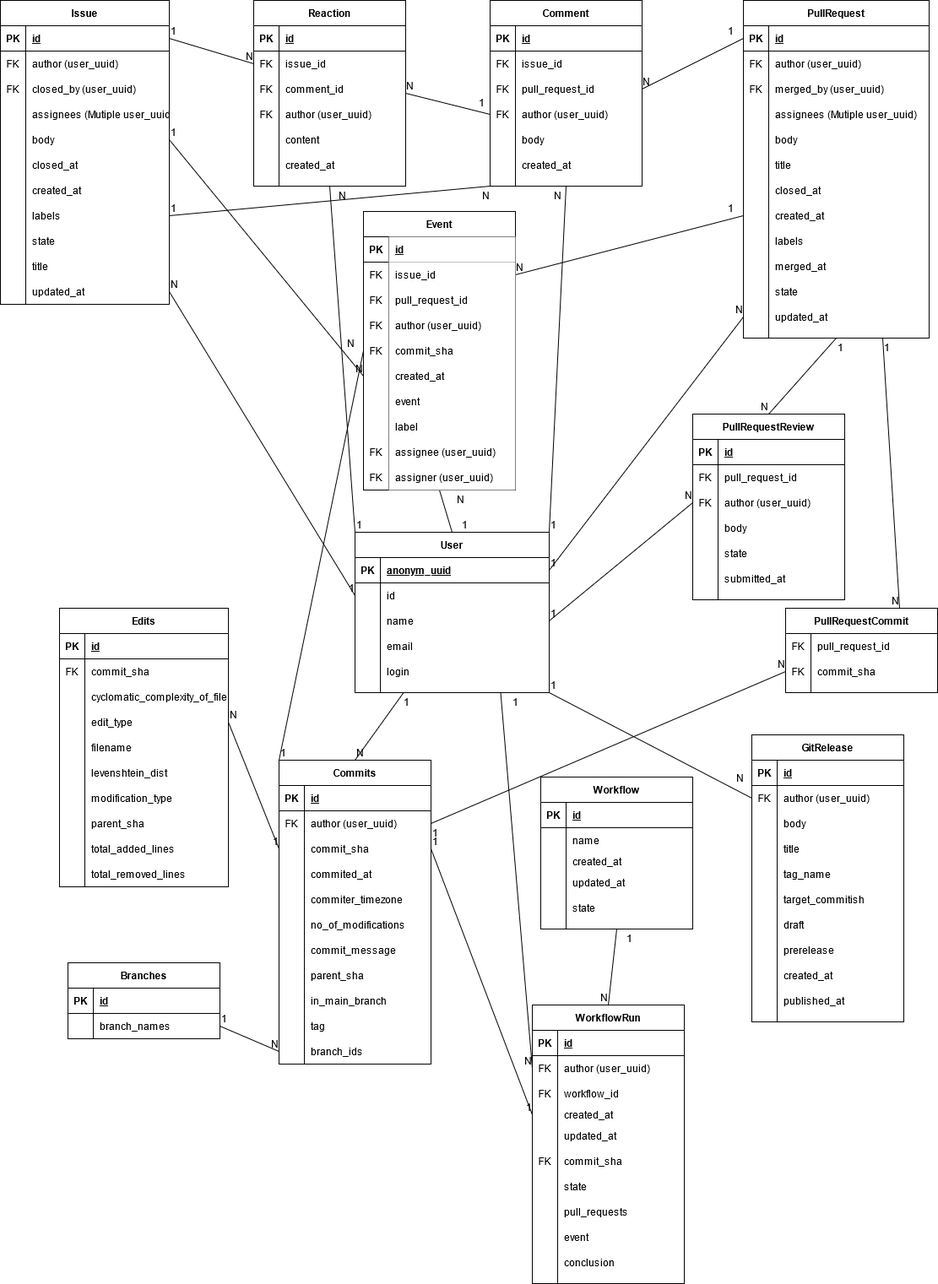
TUBAF-IFI-DiPiT/github2pandas keeps this draw.io diagram as docs/ER_diagram/ER_diagram.png. Above is the earlier version. Source tidied: cells renumbered, new cells last; positions are measured from the earlier drawing's top-left corner, leaving out a move shared by most shapes.
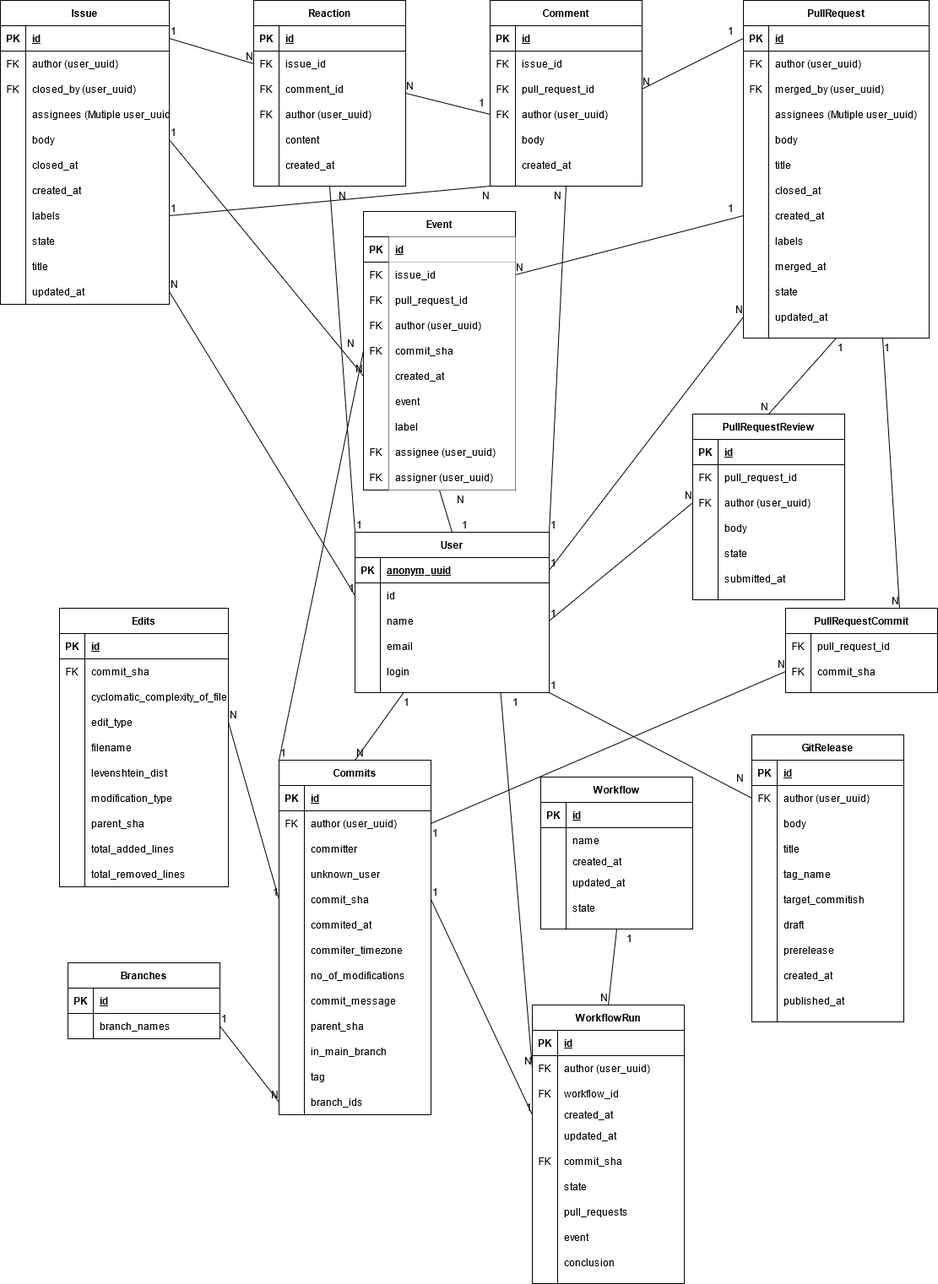
The same file after the commit.

Commit message:
resolve commit user problem (#53)

Diff of the diagram source:
```diff
@@ -660,7 +660,7 @@
       <mxGeometry x="30" width="150" height="30" as="geometry" />
     </mxCell>
     <mxCell id="213" value="Commits" style="shape=table;startSize=30;rowLines=0;fontStyle=1;align=center;" parent="1" vertex="1">
-      <mxGeometry x="330" y="900" width="180" height="360" as="geometry" />
+      <mxGeometry x="330" y="900" width="180" height="420" as="geometry" />
     </mxCell>
     <mxCell id="214" style="shape=partialRectangle;fillColor=none;top=0;left=0;bottom=1;right=0;" parent="213" vertex="1">
       <mxGeometry y="30" width="180" height="30" as="geometry" />
@@ -680,8 +680,26 @@
     <mxCell id="219" value="author  (user_uuid)" style="shape=partialRectangle;fillColor=none;top=0;left=0;bottom=0;right=0;align=left;spacingLeft=6;overflow=hidden;" parent="217" vertex="1">
       <mxGeometry x="30" width="150" height="30" as="geometry" />
     </mxCell>
+    <mxCell id="403" style="shape=partialRectangle;fillColor=none;top=0;left=0;bottom=0;right=0;" parent="213" vertex="1">
+      <mxGeometry y="90" width="180" height="30" as="geometry" />
+    </mxCell>
+    <mxCell id="404" style="shape=partialRectangle;fillColor=none;top=0;left=0;bottom=0;right=0;overflow=hidden;" parent="403" vertex="1">
+      <mxGeometry width="30" height="30" as="geometry" />
+    </mxCell>
+    <mxCell id="405" value="committer" style="shape=partialRectangle;fillColor=none;top=0;left=0;bottom=0;right=0;align=left;spacingLeft=6;overflow=hidden;" parent="403" vertex="1">
+      <mxGeometry x="30" width="150" height="30" as="geometry" />
+    </mxCell>
+    <mxCell id="406" style="shape=partialRectangle;fillColor=none;top=0;left=0;bottom=0;right=0;" parent="213" vertex="1">
+      <mxGeometry y="120" width="180" height="30" as="geometry" />
+    </mxCell>
+    <mxCell id="407" style="shape=partialRectangle;fillColor=none;top=0;left=0;bottom=0;right=0;overflow=hidden;" parent="406" vertex="1">
+      <mxGeometry width="30" height="30" as="geometry" />
+    </mxCell>
+    <mxCell id="408" value="unknown_user" style="shape=partialRectangle;fillColor=none;top=0;left=0;bottom=0;right=0;align=left;spacingLeft=6;overflow=hidden;" parent="406" vertex="1">
+      <mxGeometry x="30" width="150" height="30" as="geometry" />
+    </mxCell>
     <mxCell id="220" style="shape=partialRectangle;fillColor=none;top=0;left=0;bottom=0;right=0;points=[[0,0.5],[1,0.5]];portConstraint=eastwest;" parent="213" vertex="1">
-      <mxGeometry y="90" width="180" height="30" as="geometry" />
+      <mxGeometry y="150" width="180" height="30" as="geometry" />
     </mxCell>
     <mxCell id="221" style="shape=partialRectangle;fillColor=none;top=0;left=0;bottom=0;right=0;overflow=hidden;" parent="220" vertex="1">
       <mxGeometry width="30" height="30" as="geometry" />
@@ -690,7 +708,7 @@
       <mxGeometry x="30" width="150" height="30" as="geometry" />
     </mxCell>
     <mxCell id="223" style="shape=partialRectangle;fillColor=none;top=0;left=0;bottom=0;right=0;" parent="213" vertex="1">
-      <mxGeometry y="120" width="180" height="30" as="geometry" />
+      <mxGeometry y="180" width="180" height="30" as="geometry" />
     </mxCell>
     <mxCell id="224" style="shape=partialRectangle;fillColor=none;top=0;left=0;bottom=0;right=0;overflow=hidden;" parent="223" vertex="1">
       <mxGeometry width="30" height="30" as="geometry" />
@@ -699,7 +717,7 @@
       <mxGeometry x="30" width="150" height="30" as="geometry" />
     </mxCell>
     <mxCell id="226" style="shape=partialRectangle;fillColor=none;top=0;left=0;bottom=0;right=0;" parent="213" vertex="1">
-      <mxGeometry y="150" width="180" height="30" as="geometry" />
+      <mxGeometry y="210" width="180" height="30" as="geometry" />
     </mxCell>
     <mxCell id="227" style="shape=partialRectangle;fillColor=none;top=0;left=0;bottom=0;right=0;overflow=hidden;" parent="226" vertex="1">
       <mxGeometry width="30" height="30" as="geometry" />
@@ -708,7 +726,7 @@
       <mxGeometry x="30" width="150" height="30" as="geometry" />
     </mxCell>
     <mxCell id="229" style="shape=partialRectangle;fillColor=none;top=0;left=0;bottom=0;right=0;" parent="213" vertex="1">
-      <mxGeometry y="180" width="180" height="30" as="geometry" />
+      <mxGeometry y="240" width="180" height="30" as="geometry" />
     </mxCell>
     <mxCell id="230" style="shape=partialRectangle;fillColor=none;top=0;left=0;bottom=0;right=0;overflow=hidden;" parent="229" vertex="1">
       <mxGeometry width="30" height="30" as="geometry" />
@@ -717,7 +735,7 @@
       <mxGeometry x="30" width="150" height="30" as="geometry" />
     </mxCell>
     <mxCell id="232" style="shape=partialRectangle;fillColor=none;top=0;left=0;bottom=0;right=0;" parent="213" vertex="1">
-      <mxGeometry y="210" width="180" height="30" as="geometry" />
+      <mxGeometry y="270" width="180" height="30" as="geometry" />
     </mxCell>
     <mxCell id="233" style="shape=partialRectangle;fillColor=none;top=0;left=0;bottom=0;right=0;overflow=hidden;" parent="232" vertex="1">
       <mxGeometry width="30" height="30" as="geometry" />
@@ -726,7 +744,7 @@
       <mxGeometry x="30" width="150" height="30" as="geometry" />
     </mxCell>
     <mxCell id="235" style="shape=partialRectangle;fillColor=none;top=0;left=0;bottom=0;right=0;" parent="213" vertex="1">
-      <mxGeometry y="240" width="180" height="30" as="geometry" />
+      <mxGeometry y="300" width="180" height="30" as="geometry" />
     </mxCell>
     <mxCell id="236" style="shape=partialRectangle;fillColor=none;top=0;left=0;bottom=0;right=0;overflow=hidden;" parent="235" vertex="1">
       <mxGeometry width="30" height="30" as="geometry" />
@@ -735,7 +753,7 @@
       <mxGeometry x="30" width="150" height="30" as="geometry" />
     </mxCell>
     <mxCell id="238" style="shape=partialRectangle;fillColor=none;top=0;left=0;bottom=0;right=0;" parent="213" vertex="1">
-      <mxGeometry y="270" width="180" height="30" as="geometry" />
+      <mxGeometry y="330" width="180" height="30" as="geometry" />
     </mxCell>
     <mxCell id="239" style="shape=partialRectangle;fillColor=none;top=0;left=0;bottom=0;right=0;overflow=hidden;" parent="238" vertex="1">
       <mxGeometry width="30" height="30" as="geometry" />
@@ -744,7 +762,7 @@
       <mxGeometry x="30" width="150" height="30" as="geometry" />
     </mxCell>
     <mxCell id="241" style="shape=partialRectangle;fillColor=none;top=0;left=0;bottom=0;right=0;" parent="213" vertex="1">
-      <mxGeometry y="300" width="180" height="30" as="geometry" />
+      <mxGeometry y="360" width="180" height="30" as="geometry" />
     </mxCell>
     <mxCell id="242" style="shape=partialRectangle;fillColor=none;top=0;left=0;bottom=0;right=0;overflow=hidden;" parent="241" vertex="1">
       <mxGeometry width="30" height="30" as="geometry" />
@@ -753,7 +771,7 @@
       <mxGeometry x="30" width="150" height="30" as="geometry" />
     </mxCell>
     <mxCell id="244" style="shape=partialRectangle;fillColor=none;top=0;left=0;bottom=0;right=0;points=[[0,0.5],[1,0.5]];portConstraint=eastwest;" parent="213" vertex="1">
-      <mxGeometry y="330" width="180" height="30" as="geometry" />
+      <mxGeometry y="390" width="180" height="30" as="geometry" />
     </mxCell>
     <mxCell id="245" style="shape=partialRectangle;fillColor=none;top=0;left=0;bottom=0;right=0;overflow=hidden;" parent="244" vertex="1">
       <mxGeometry width="30" height="30" as="geometry" />
```
